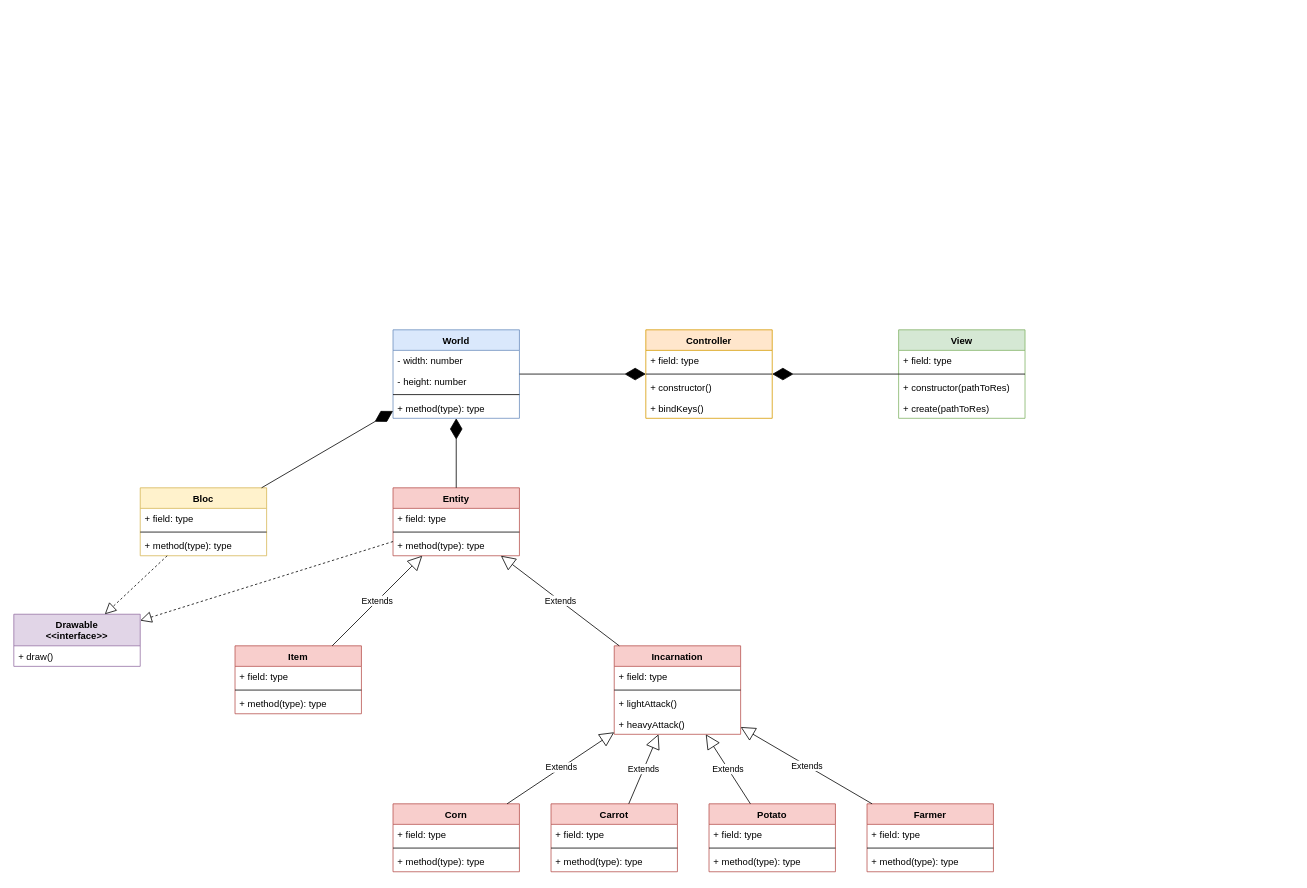
le-chartreux/Rutabagarre-web-edition keeps this draw.io diagram as information/class diagram.drawio. Above is the earlier version. Source tidied: cells renumbered, new cells numbered last; positions are measured from the earlier drawing's top-left corner, leaving out a move shared by most shapes. Both pictures are drawn from the tidied source at 79%, with x=0, y=0 at pixel (13, 329).
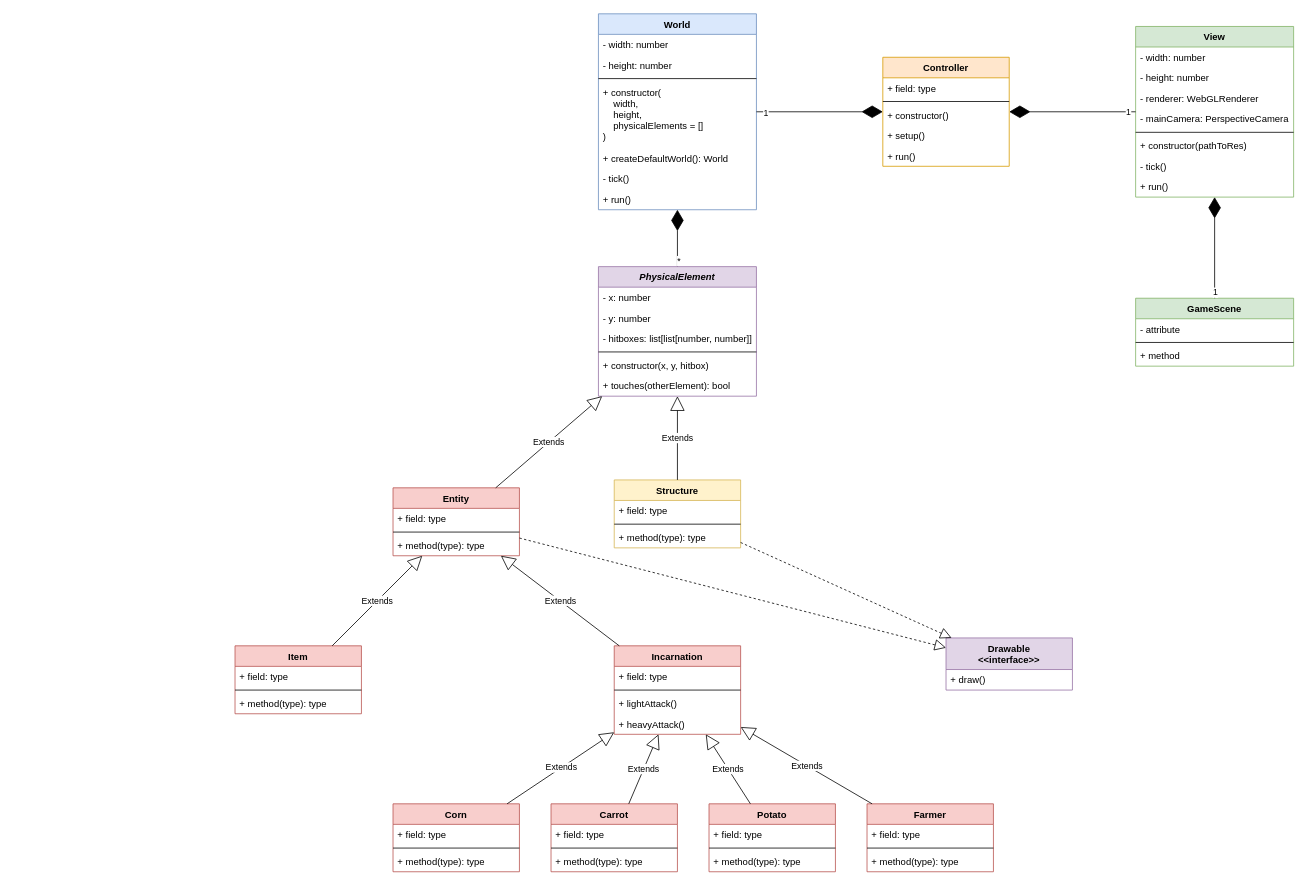
After the change.

The change refers to these unchanged cells:
```xml
<mxCell id="19" style="endArrow=diamondThin;endFill=1;endSize=24;html=1;rounded=0;" parent="1" edge="1" source="12" target="7">
  <mxGeometry relative="1" as="geometry" />
</mxCell>
<mxCell id="20" style="endArrow=diamondThin;endFill=1;endSize=24;html=1;rounded=0;" parent="1" edge="1" source="2" target="7">
  <mxGeometry relative="1" as="geometry" />
</mxCell>
<mxCell id="21" value="Entity" style="swimlane;fontStyle=1;align=center;verticalAlign=top;horizontal=1;startSize=26;fillColor=#f8cecc;strokeColor=#b85450;" parent="1" vertex="1">
  <mxGeometry x="480" y="200" width="160" height="86" as="geometry" />
</mxCell>
```

Diff of the diagram source:
```diff
@@
     <mxCell id="2" value="View" style="swimlane;fontStyle=1;align=center;verticalAlign=top;horizontal=1;startSize=26;fillColor=#d5e8d4;strokeColor=#82b366;" parent="1" vertex="1">
-      <mxGeometry x="1120" width="160" height="112" as="geometry" />
+      <mxGeometry x="1420" y="-384" width="200" height="216" as="geometry" />
     </mxCell>
-    <mxCell id="3" value="+ field: type" style="text;strokeColor=none;fillColor=none;align=left;verticalAlign=top;spacingLeft=4;spacingRight=4;overflow=hidden;" parent="2" vertex="1">
-      <mxGeometry y="26" width="160" height="26" as="geometry" />
+    <mxCell id="3" value="- width: number" style="text;strokeColor=none;fillColor=none;align=left;verticalAlign=top;spacingLeft=4;spacingRight=4;overflow=hidden;" parent="2" vertex="1">
+      <mxGeometry y="26" width="200" height="26" as="geometry" />
     </mxCell>
+    <mxCell id="64" value="- height: number" style="text;strokeColor=none;fillColor=none;align=left;verticalAlign=top;spacingLeft=4;spacingRight=4;overflow=hidden;" parent="2" vertex="1">
+      <mxGeometry y="52" width="200" height="26" as="geometry" />
+    </mxCell>
+    <mxCell id="65" value="- renderer: WebGLRenderer" style="text;strokeColor=none;fillColor=none;align=left;verticalAlign=top;spacingLeft=4;spacingRight=4;overflow=hidden;" parent="2" vertex="1">
+      <mxGeometry y="78" width="200" height="26" as="geometry" />
+    </mxCell>
+    <mxCell id="66" value="- mainCamera: PerspectiveCamera" style="text;strokeColor=none;fillColor=none;align=left;verticalAlign=top;spacingLeft=4;spacingRight=4;overflow=hidden;" parent="2" vertex="1">
+      <mxGeometry y="104" width="200" height="26" as="geometry" />
+    </mxCell>
     <mxCell id="4" style="line;strokeWidth=1;fillColor=none;align=left;verticalAlign=middle;spacingTop=-1;spacingLeft=3;spacingRight=3;labelPosition=right;" parent="2" vertex="1">
-      <mxGeometry y="52" width="160" height="8" as="geometry" />
+      <mxGeometry y="130" width="200" height="8" as="geometry" />
     </mxCell>
     <mxCell id="5" value="+ constructor(pathToRes)" style="text;strokeColor=none;fillColor=none;align=left;verticalAlign=top;spacingLeft=4;spacingRight=4;overflow=hidden;" parent="2" vertex="1">
-      <mxGeometry y="60" width="160" height="26" as="geometry" />
+      <mxGeometry y="138" width="200" height="26" as="geometry" />
     </mxCell>
-    <mxCell id="6" value="+ create(pathToRes)" style="text;strokeColor=none;fillColor=none;align=left;verticalAlign=top;spacingLeft=4;spacingRight=4;overflow=hidden;" parent="2" vertex="1">
-      <mxGeometry y="86" width="160" height="26" as="geometry" />
+    <mxCell id="6" value="- tick()" style="text;strokeColor=none;fillColor=none;align=left;verticalAlign=top;spacingLeft=4;spacingRight=4;overflow=hidden;" parent="2" vertex="1">
+      <mxGeometry y="164" width="200" height="26" as="geometry" />
     </mxCell>
+    <mxCell id="67" value="+ run()" style="text;strokeColor=none;fillColor=none;align=left;verticalAlign=top;spacingLeft=4;spacingRight=4;overflow=hidden;" parent="2" vertex="1">
+      <mxGeometry y="190" width="200" height="26" as="geometry" />
+    </mxCell>
     <mxCell id="7" value="Controller" style="swimlane;fontStyle=1;align=center;verticalAlign=top;horizontal=1;startSize=26;fillColor=#ffe6cc;strokeColor=#d79b00;" parent="1" vertex="1">
-      <mxGeometry x="800" width="160" height="112" as="geometry" />
+      <mxGeometry x="1100" y="-345" width="160" height="138" as="geometry" />
     </mxCell>
@@
-    <mxCell id="11" value="+ bindKeys()" style="text;strokeColor=none;fillColor=none;align=left;verticalAlign=top;spacingLeft=4;spacingRight=4;overflow=hidden;" parent="7" vertex="1">
+    <mxCell id="11" value="+ setup()" style="text;strokeColor=none;fillColor=none;align=left;verticalAlign=top;spacingLeft=4;spacingRight=4;overflow=hidden;" parent="7" vertex="1">
       <mxGeometry y="86" width="160" height="26" as="geometry" />
     </mxCell>
+    <mxCell id="68" value="+ run()" style="text;strokeColor=none;fillColor=none;align=left;verticalAlign=top;spacingLeft=4;spacingRight=4;overflow=hidden;" parent="7" vertex="1">
+      <mxGeometry y="112" width="160" height="26" as="geometry" />
+    </mxCell>
     <mxCell id="12" value="World" style="swimlane;fontStyle=1;align=center;verticalAlign=top;horizontal=1;startSize=26;fillColor=#dae8fc;strokeColor=#6c8ebf;" parent="1" vertex="1">
-      <mxGeometry x="480" width="160" height="112" as="geometry" />
+      <mxGeometry x="740" y="-400" width="200" height="248" as="geometry" />
     </mxCell>
     <mxCell id="13" value="- width: number" style="text;strokeColor=none;fillColor=none;align=left;verticalAlign=top;spacingLeft=4;spacingRight=4;overflow=hidden;" parent="12" vertex="1">
-      <mxGeometry y="26" width="160" height="26" as="geometry" />
+      <mxGeometry y="26" width="200" height="26" as="geometry" />
     </mxCell>
     <mxCell id="14" value="- height: number" style="text;strokeColor=none;fillColor=none;align=left;verticalAlign=top;spacingLeft=4;spacingRight=4;overflow=hidden;" parent="12" vertex="1">
-      <mxGeometry y="52" width="160" height="26" as="geometry" />
+      <mxGeometry y="52" width="200" height="26" as="geometry" />
     </mxCell>
     <mxCell id="15" style="line;strokeWidth=1;fillColor=none;align=left;verticalAlign=middle;spacingTop=-1;spacingLeft=3;spacingRight=3;labelPosition=right;" parent="12" vertex="1">
-      <mxGeometry y="78" width="160" height="8" as="geometry" />
+      <mxGeometry y="78" width="200" height="8" as="geometry" />
     </mxCell>
-    <mxCell id="16" value="+ method(type): type" style="text;strokeColor=none;fillColor=none;align=left;verticalAlign=top;spacingLeft=4;spacingRight=4;overflow=hidden;" parent="12" vertex="1">
-      <mxGeometry y="86" width="160" height="26" as="geometry" />
+    <mxCell id="16" value="+ constructor(&#10;    width, &#10;    height, &#10;    physicalElements = []&#10;)" style="text;strokeColor=none;fillColor=none;align=left;verticalAlign=top;spacingLeft=4;spacingRight=4;overflow=hidden;" parent="12" vertex="1">
+      <mxGeometry y="86" width="200" height="84" as="geometry" />
     </mxCell>
+    <mxCell id="69" value="+ createDefaultWorld(): World" style="text;strokeColor=none;fillColor=none;align=left;verticalAlign=top;spacingLeft=4;spacingRight=4;overflow=hidden;" parent="12" vertex="1">
+      <mxGeometry y="170" width="200" height="26" as="geometry" />
+    </mxCell>
+    <mxCell id="70" value="- tick()" style="text;strokeColor=none;fillColor=none;align=left;verticalAlign=top;spacingLeft=4;spacingRight=4;overflow=hidden;" parent="12" vertex="1">
+      <mxGeometry y="196" width="200" height="26" as="geometry" />
+    </mxCell>
+    <mxCell id="71" value="+ run()" style="text;strokeColor=none;fillColor=none;align=left;verticalAlign=top;spacingLeft=4;spacingRight=4;overflow=hidden;" parent="12" vertex="1">
+      <mxGeometry y="222" width="200" height="26" as="geometry" />
+    </mxCell>
     <mxCell id="17" value="Drawable&#10;&lt;&lt;interface&gt;&gt;" style="swimlane;fontStyle=1;align=center;verticalAlign=top;horizontal=1;startSize=40;fillColor=#e1d5e7;strokeColor=#9673a6;" parent="1" vertex="1">
-      <mxGeometry y="360" width="160" height="66" as="geometry" />
+      <mxGeometry x="1180" y="390" width="160" height="66" as="geometry" />
     </mxCell>
@@
+    <mxCell id="72" value="1" style="edgeLabel;html=1;align=center;verticalAlign=middle;" parent="19" vertex="1">
+      <mxGeometry x="-0.86" y="-1" relative="1" as="geometry" />
+    </mxCell>
@@
+    <mxCell id="73" value="1" style="edgeLabel;html=1;align=center;verticalAlign=middle;" parent="20" vertex="1">
+      <mxGeometry x="-0.88" relative="1" as="geometry" />
+    </mxCell>
@@
-    <mxCell id="25" value="Bloc" style="swimlane;fontStyle=1;align=center;verticalAlign=top;horizontal=1;startSize=26;fillColor=#fff2cc;strokeColor=#d6b656;" parent="1" vertex="1">
-      <mxGeometry x="160" y="200" width="160" height="86" as="geometry" />
+    <mxCell id="25" value="Structure" style="swimlane;fontStyle=1;align=center;verticalAlign=top;horizontal=1;startSize=26;fillColor=#fff2cc;strokeColor=#d6b656;" parent="1" vertex="1">
+      <mxGeometry x="760" y="190" width="160" height="86" as="geometry" />
     </mxCell>
@@
-    <mxCell id="42" style="endArrow=diamondThin;endFill=1;endSize=24;html=1;rounded=0;" parent="1" edge="1" source="25" target="12">
+    <mxCell id="42" style="endArrow=diamondThin;endFill=1;endSize=24;html=1;rounded=0;" parent="1" edge="1" source="75" target="12">
       <mxGeometry relative="1" as="geometry" />
     </mxCell>
-    <mxCell id="43" style="endArrow=diamondThin;endFill=1;endSize=24;html=1;rounded=0;" parent="1" edge="1" source="21" target="12">
-      <mxGeometry relative="1" as="geometry" />
-    </mxCell>
+    <mxCell id="74" value="*" style="edgeLabel;html=1;align=center;verticalAlign=middle;" parent="42" vertex="1">
+      <mxGeometry x="-0.77" y="-1" relative="1" as="geometry" />
+    </mxCell>
@@
+    <mxCell id="75" value="PhysicalElement" style="swimlane;fontStyle=3;align=center;verticalAlign=top;horizontal=1;startSize=26;fillColor=#e1d5e7;strokeColor=#9673a6;" parent="1" vertex="1">
+      <mxGeometry x="740" y="-80" width="200" height="164" as="geometry" />
+    </mxCell>
+    <mxCell id="76" value="- x: number" style="text;strokeColor=none;fillColor=none;align=left;verticalAlign=top;spacingLeft=4;spacingRight=4;overflow=hidden;" parent="75" vertex="1">
+      <mxGeometry y="26" width="200" height="26" as="geometry" />
+    </mxCell>
+    <mxCell id="77" value="- y: number" style="text;strokeColor=none;fillColor=none;align=left;verticalAlign=top;spacingLeft=4;spacingRight=4;overflow=hidden;" parent="75" vertex="1">
+      <mxGeometry y="52" width="200" height="26" as="geometry" />
+    </mxCell>
+    <mxCell id="78" value="- hitboxes: list[list[number, number]]" style="text;strokeColor=none;fillColor=none;align=left;verticalAlign=top;spacingLeft=4;spacingRight=4;overflow=hidden;" parent="75" vertex="1">
+      <mxGeometry y="78" width="200" height="26" as="geometry" />
+    </mxCell>
+    <mxCell id="79" style="line;strokeWidth=1;fillColor=none;align=left;verticalAlign=middle;spacingTop=-1;spacingLeft=3;spacingRight=3;labelPosition=right;" parent="75" vertex="1">
+      <mxGeometry y="104" width="200" height="8" as="geometry" />
+    </mxCell>
+    <mxCell id="80" value="+ constructor(x, y, hitbox)" style="text;strokeColor=none;fillColor=none;align=left;verticalAlign=top;spacingLeft=4;spacingRight=4;overflow=hidden;" parent="75" vertex="1">
+      <mxGeometry y="112" width="200" height="26" as="geometry" />
+    </mxCell>
+    <mxCell id="81" value="+ touches(otherElement): bool" style="text;strokeColor=none;fillColor=none;align=left;verticalAlign=top;spacingLeft=4;spacingRight=4;overflow=hidden;" parent="75" vertex="1">
+      <mxGeometry y="138" width="200" height="26" as="geometry" />
+    </mxCell>
+    <mxCell id="82" value="Extends" style="endArrow=block;endSize=16;endFill=0;html=1;rounded=0;" parent="1" edge="1" source="25" target="75">
+      <mxGeometry relative="1" as="geometry" />
+    </mxCell>
+    <mxCell id="83" value="Extends" style="endArrow=block;endSize=16;endFill=0;html=1;rounded=0;" parent="1" edge="1" source="21" target="75">
+      <mxGeometry relative="1" as="geometry" />
+    </mxCell>
+    <mxCell id="84" value="GameScene" style="swimlane;fontStyle=1;align=center;verticalAlign=top;horizontal=1;startSize=26;fillColor=#d5e8d4;strokeColor=#82b366;" parent="1" vertex="1">
+      <mxGeometry x="1420" y="-40" width="200" height="86" as="geometry" />
+    </mxCell>
+    <mxCell id="85" value="- attribute" style="text;strokeColor=none;fillColor=none;align=left;verticalAlign=top;spacingLeft=4;spacingRight=4;overflow=hidden;" parent="84" vertex="1">
+      <mxGeometry y="26" width="200" height="26" as="geometry" />
+    </mxCell>
+    <mxCell id="86" style="line;strokeWidth=1;fillColor=none;align=left;verticalAlign=middle;spacingTop=-1;spacingLeft=3;spacingRight=3;labelPosition=right;" parent="84" vertex="1">
+      <mxGeometry y="52" width="200" height="8" as="geometry" />
+    </mxCell>
+    <mxCell id="87" value="+ method" style="text;strokeColor=none;fillColor=none;align=left;verticalAlign=top;spacingLeft=4;spacingRight=4;overflow=hidden;" parent="84" vertex="1">
+      <mxGeometry y="60" width="200" height="26" as="geometry" />
+    </mxCell>
+    <mxCell id="88" style="endArrow=diamondThin;endFill=1;endSize=24;html=1;rounded=0;" parent="1" edge="1" source="84" target="2">
+      <mxGeometry relative="1" as="geometry" />
+    </mxCell>
+    <mxCell id="89" value="1" style="edgeLabel;html=1;align=center;verticalAlign=middle;" parent="88" vertex="1">
+      <mxGeometry x="-0.88" relative="1" as="geometry" />
+    </mxCell>
```
